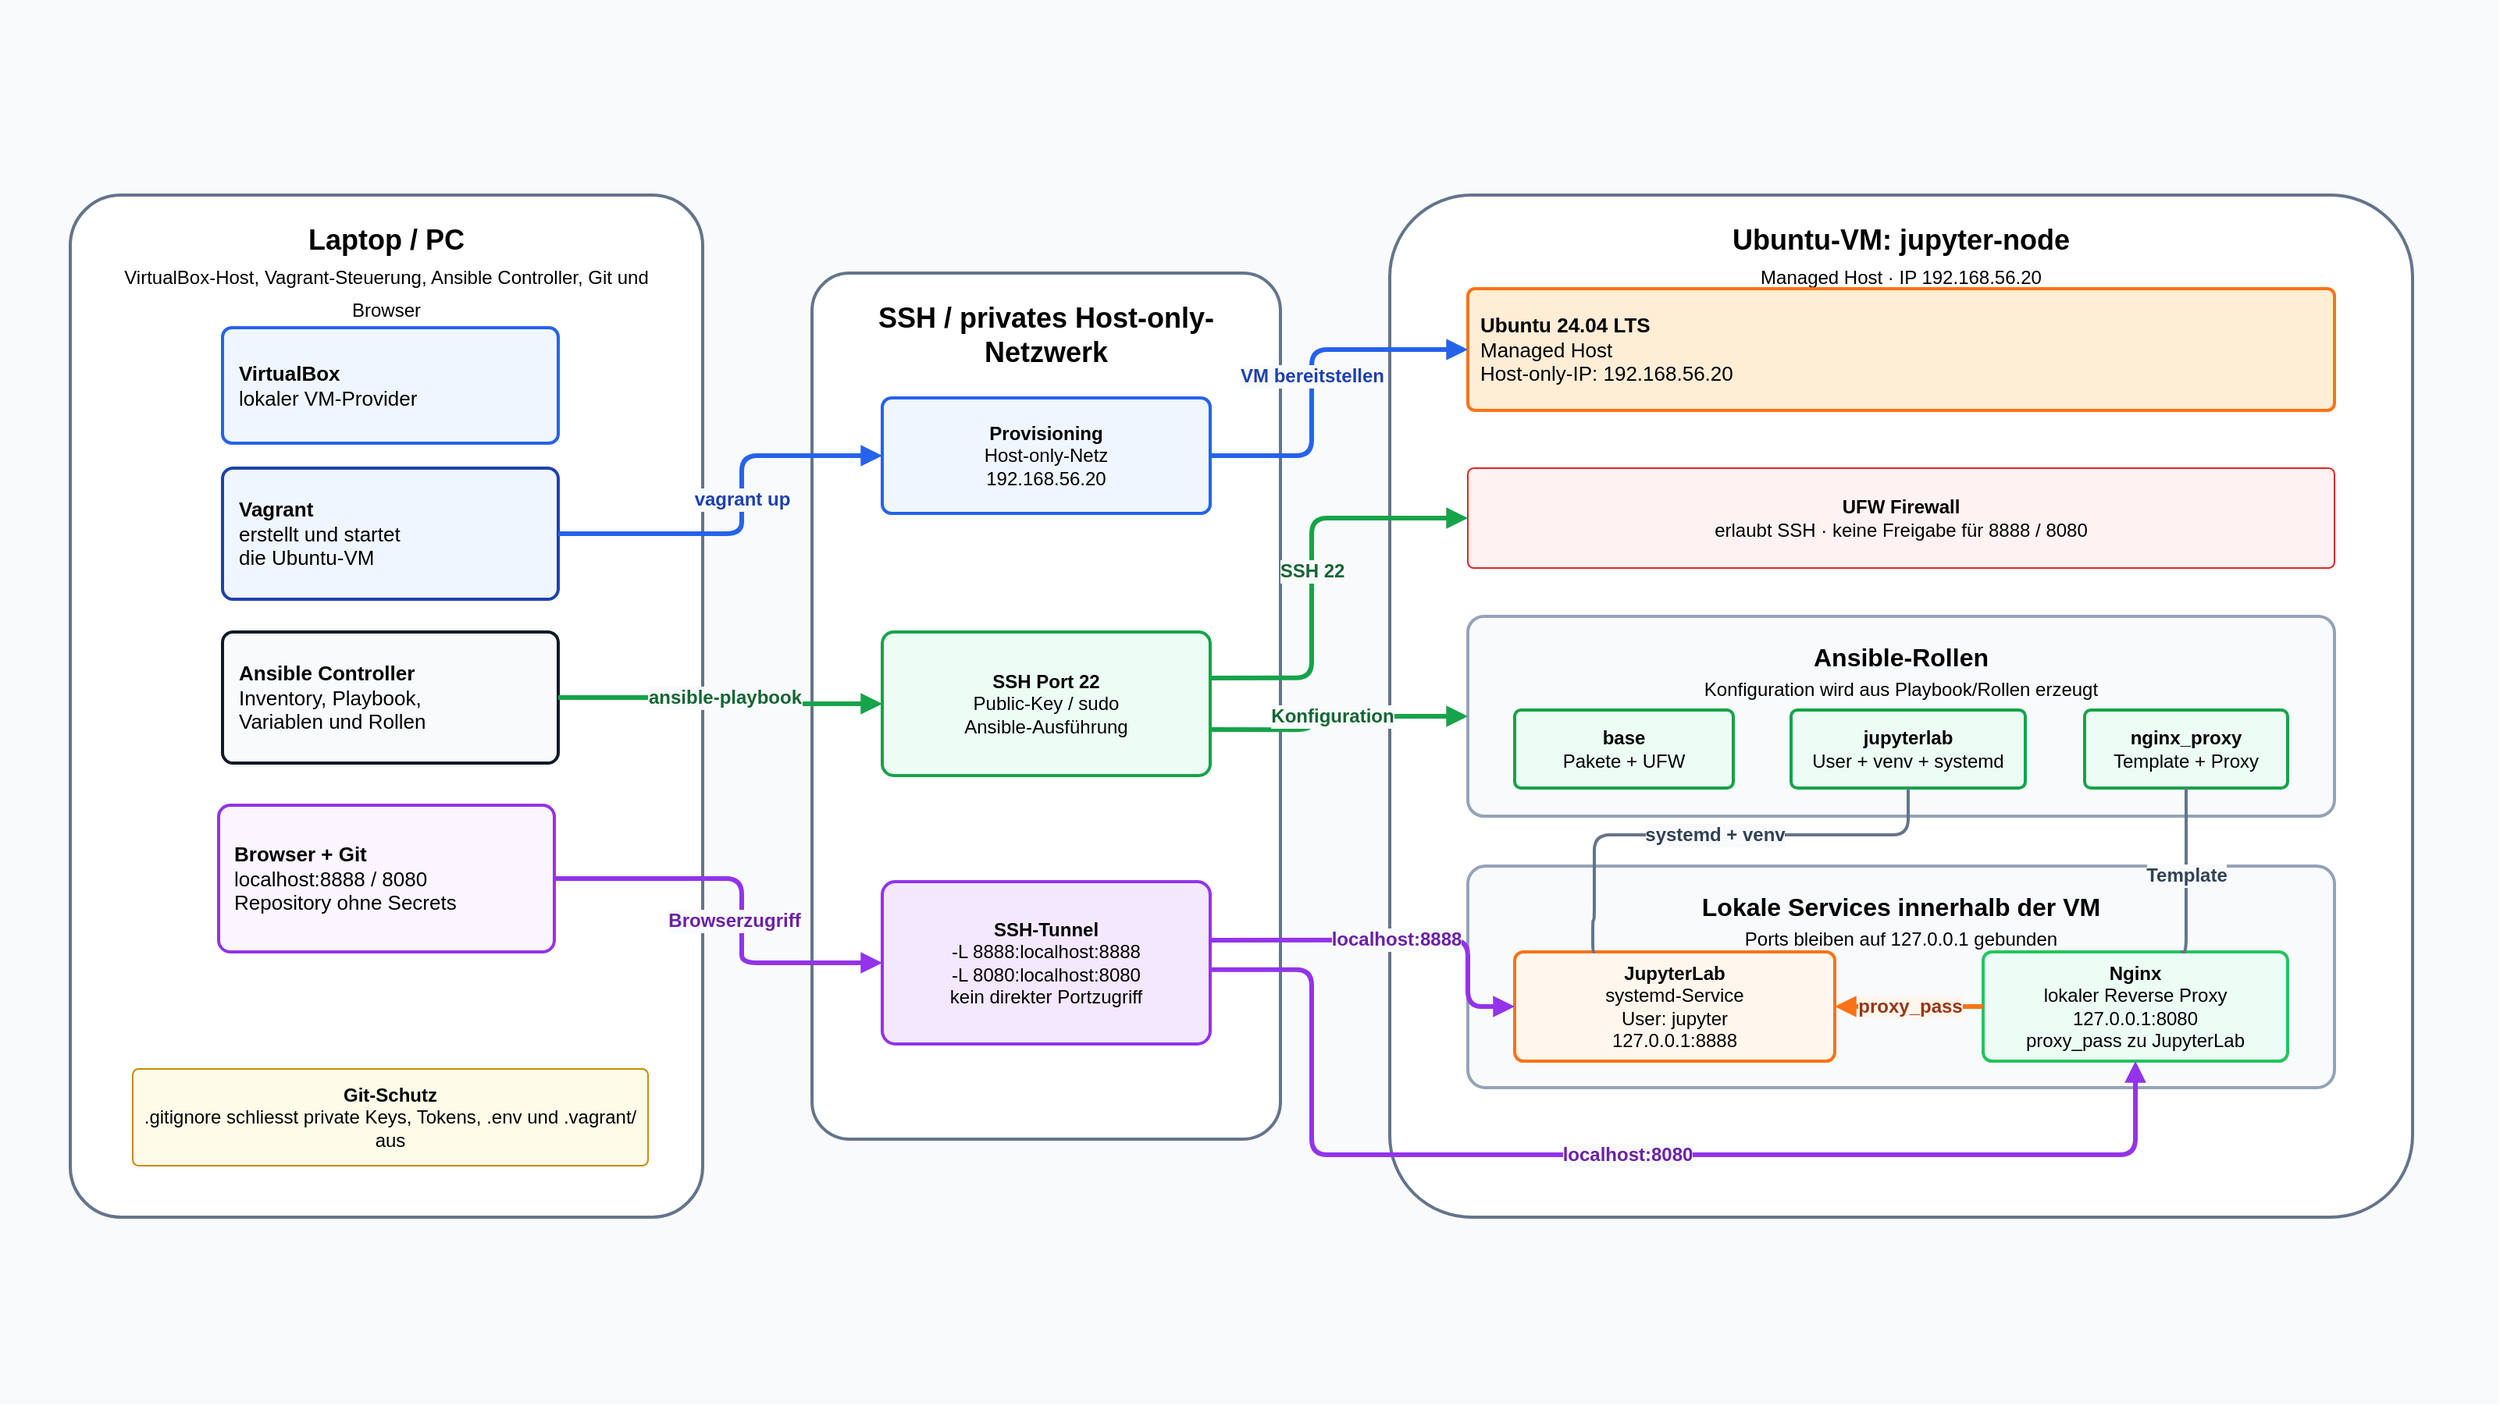
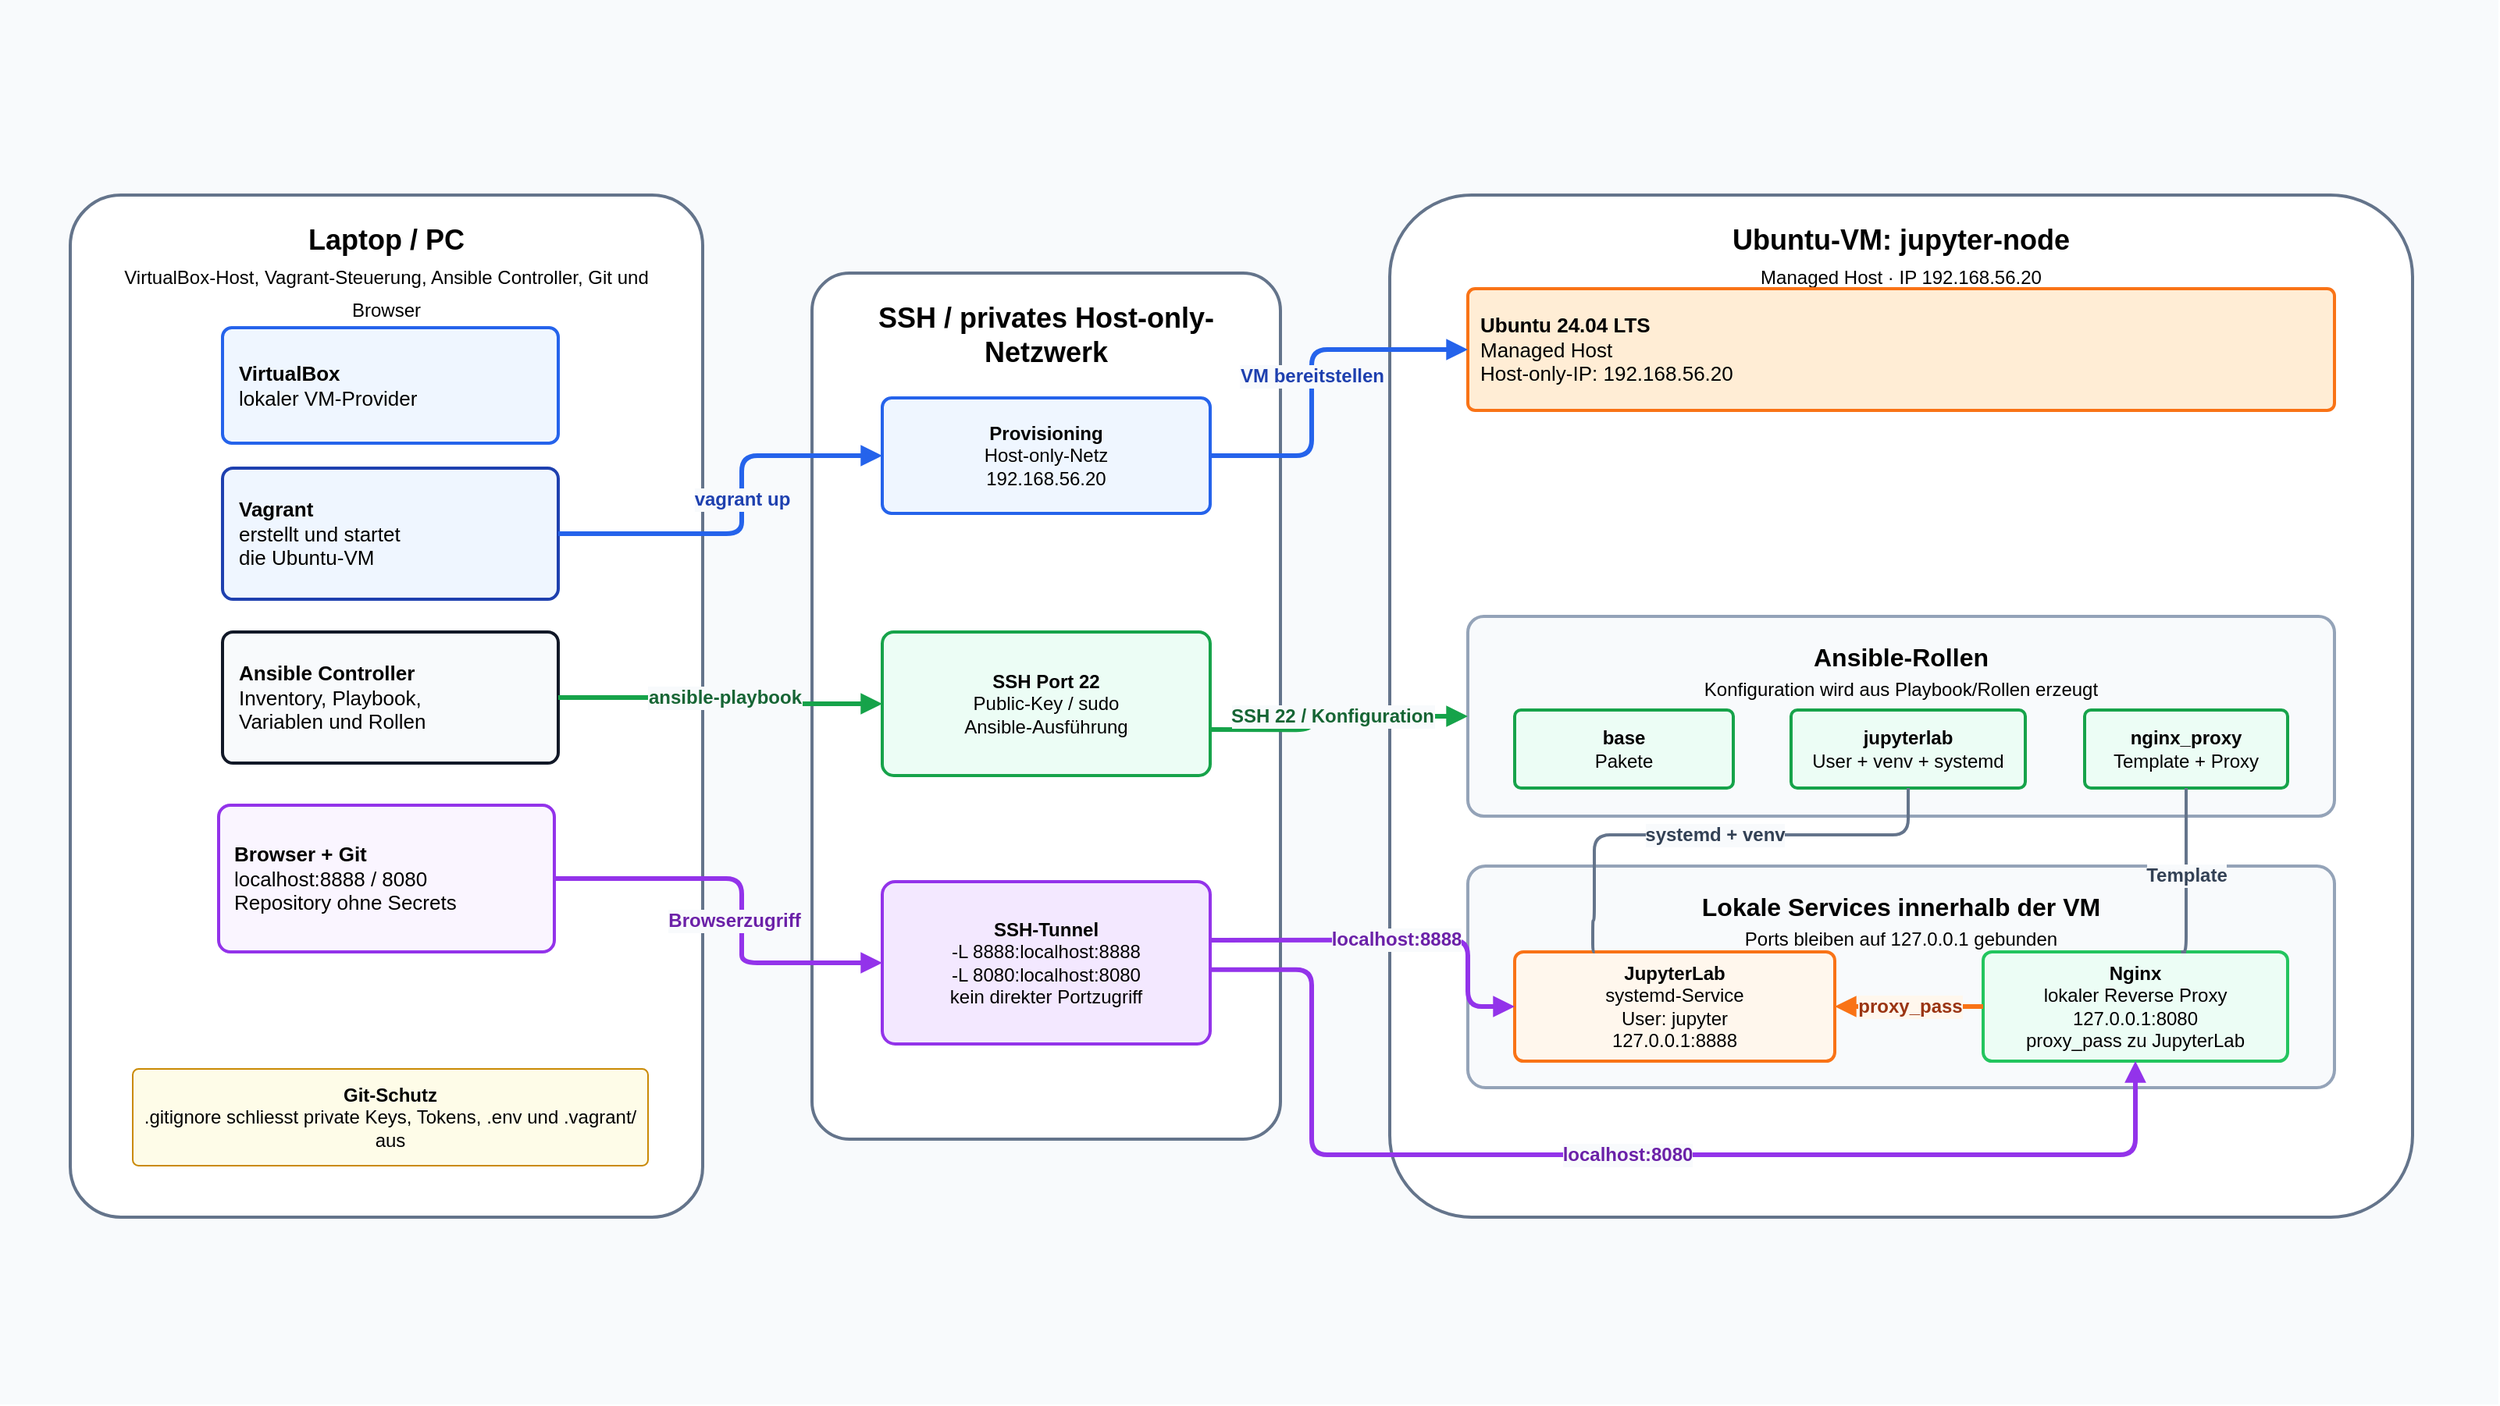
<mxfile host="app.diagrams.net" agent="ChatGPT">
  <diagram id="clean-jupyter-ansible" name="JupyterLab Ansible Architektur">
    <mxGraphModel dx="1654" dy="918" grid="1" gridSize="10" guides="1" tooltips="1" connect="1" arrows="1" fold="1" page="1" pageScale="1" pageWidth="1600" pageHeight="900" math="0" shadow="0">
      <root>
        <mxCell id="0" />
        <mxCell id="1" parent="0" />
        <mxCell id="bg" parent="1" style="rect;whiteSpace=wrap;html=1;fillColor=#f8fafc;strokeColor=none;" value="" vertex="1">
          <mxGeometry height="900" width="1600" as="geometry" />
        </mxCell>
        <mxCell id="zone_pc" parent="1" style="rounded=1;whiteSpace=wrap;html=1;arcSize=8;strokeWidth=2;spacing=14;fontSize=18;fontStyle=1;align=center;verticalAlign=top;fillColor=#ffffff;strokeColor=#64748b;shadow=0;" value="&lt;b&gt;Laptop / PC&lt;/b&gt;&lt;br&gt;&lt;span style=&quot;font-size:12px;font-weight:normal&quot;&gt;VirtualBox-Host, Vagrant-Steuerung, Ansible Controller, Git und Browser&lt;/span&gt;" vertex="1">
          <mxGeometry height="655" width="405" x="45" y="125" as="geometry" />
        </mxCell>
        <mxCell id="zone_net" parent="1" style="rounded=1;whiteSpace=wrap;html=1;arcSize=8;strokeWidth=2;spacing=14;fontSize=18;fontStyle=1;align=center;verticalAlign=top;fillColor=#ffffff;strokeColor=#64748b;shadow=0;" value="&lt;b&gt;SSH / privates Host-only-Netzwerk&lt;/b&gt;" vertex="1">
          <mxGeometry height="555" width="300" x="520" y="175" as="geometry" />
        </mxCell>
        <mxCell id="zone_vm" parent="1" style="rounded=1;whiteSpace=wrap;html=1;arcSize=8;strokeWidth=2;spacing=14;fontSize=18;fontStyle=1;align=center;verticalAlign=top;fillColor=#ffffff;strokeColor=#64748b;shadow=0;" value="&lt;b&gt;Ubuntu-VM: jupyter-node&lt;/b&gt;&lt;br&gt;&lt;span style=&quot;font-size:12px;font-weight:normal&quot;&gt;Managed Host · IP 192.168.56.20&lt;/span&gt;" vertex="1">
          <mxGeometry height="655" width="655" x="890" y="125" as="geometry" />
        </mxCell>
        <mxCell id="pc_virtualbox" parent="1" style="rounded=1;whiteSpace=wrap;html=1;arcSize=8;strokeWidth=2;spacing=10;fontSize=13;align=left;verticalAlign=middle;fillColor=#ffffff;strokeColor=#334155;fillColor=#eff6ff;strokeColor=#2563eb;" value="&lt;b&gt;VirtualBox&lt;/b&gt;&lt;br&gt;lokaler VM-Provider" vertex="1">
          <mxGeometry height="74" width="215" x="142.5" y="210" as="geometry" />
        </mxCell>
        <mxCell id="pc_vagrant" parent="1" style="rounded=1;whiteSpace=wrap;html=1;arcSize=8;strokeWidth=2;spacing=10;fontSize=13;align=left;verticalAlign=middle;fillColor=#ffffff;strokeColor=#334155;fillColor=#eff6ff;strokeColor=#1e40af;" value="&lt;b&gt;Vagrant&lt;/b&gt;&lt;br&gt;erstellt und startet&lt;br&gt;die Ubuntu-VM" vertex="1">
          <mxGeometry height="84" width="215" x="142.5" y="300" as="geometry" />
        </mxCell>
        <mxCell id="pc_ansible" parent="1" style="rounded=1;whiteSpace=wrap;html=1;arcSize=8;strokeWidth=2;spacing=10;fontSize=13;align=left;verticalAlign=middle;fillColor=#ffffff;strokeColor=#334155;fillColor=#f8fafc;strokeColor=#111827;" value="&lt;b&gt;Ansible Controller&lt;/b&gt;&lt;br&gt;Inventory, Playbook,&lt;br&gt;Variablen und Rollen" vertex="1">
          <mxGeometry height="84" width="215" x="142.5" y="405" as="geometry" />
        </mxCell>
        <mxCell id="pc_browser" parent="1" style="rounded=1;whiteSpace=wrap;html=1;arcSize=8;strokeWidth=2;spacing=10;fontSize=13;align=left;verticalAlign=middle;fillColor=#ffffff;strokeColor=#334155;fillColor=#faf5ff;strokeColor=#9333ea;" value="&lt;b&gt;Browser + Git&lt;/b&gt;&lt;br&gt;localhost:8888 / 8080&lt;br&gt;Repository ohne Secrets" vertex="1">
          <mxGeometry height="94" width="215" x="140" y="516" as="geometry" />
        </mxCell>
        <mxCell id="pc_no_secrets" parent="1" style="rounded=1;whiteSpace=wrap;html=1;arcSize=6;strokeWidth=1;spacing=8;fontSize=12;align=center;verticalAlign=middle;fillColor=#fefce8;strokeColor=#ca8a04;" value="&lt;b&gt;Git-Schutz&lt;/b&gt;&lt;br&gt;.gitignore schliesst private Keys, Tokens, .env und .vagrant/ aus" vertex="1">
          <mxGeometry height="62" width="330" x="85" y="685" as="geometry" />
        </mxCell>
        <mxCell id="net_provision" parent="1" style="rounded=1;whiteSpace=wrap;html=1;arcSize=8;strokeWidth=2;spacing=8;fontSize=12;align=center;verticalAlign=middle;fillColor=#ffffff;strokeColor=#334155;fillColor=#eff6ff;strokeColor=#2563eb;" value="&lt;b&gt;Provisioning&lt;/b&gt;&lt;br&gt;Host-only-Netz&lt;br&gt;192.168.56.20" vertex="1">
          <mxGeometry height="74" width="210" x="565" y="255" as="geometry" />
        </mxCell>
        <mxCell id="net_ssh" parent="1" style="rounded=1;whiteSpace=wrap;html=1;arcSize=8;strokeWidth=2;spacing=8;fontSize=12;align=center;verticalAlign=middle;fillColor=#ecfdf5;strokeColor=#16a34a;" value="&lt;b&gt;SSH Port 22&lt;/b&gt;&lt;br&gt;Public-Key / sudo&lt;br&gt;Ansible-Ausführung" vertex="1">
          <mxGeometry height="92" width="210" x="565" y="405" as="geometry" />
        </mxCell>
        <mxCell id="net_tunnel" parent="1" style="rounded=1;whiteSpace=wrap;html=1;arcSize=8;strokeWidth=2;spacing=8;fontSize=12;align=center;verticalAlign=middle;fillColor=#f3e8ff;strokeColor=#9333ea;" value="&lt;b&gt;SSH-Tunnel&lt;/b&gt;&lt;br&gt;-L 8888:localhost:8888&lt;br&gt;-L 8080:localhost:8080&lt;br&gt;kein direkter Portzugriff" vertex="1">
          <mxGeometry height="104" width="210" x="565" y="565" as="geometry" />
        </mxCell>
        <mxCell id="vm_os" parent="1" style="rounded=1;whiteSpace=wrap;html=1;arcSize=6;strokeWidth=2;spacing=8;fontSize=13;align=left;verticalAlign=middle;fillColor=#e0f2fe;strokeColor=#0284c7;fillColor=#ffedd5;strokeColor=#f97316;" value="&lt;b&gt;Ubuntu 24.04 LTS&lt;/b&gt;&lt;br&gt;Managed Host&lt;br&gt;Host-only-IP: 192.168.56.20" vertex="1">
          <mxGeometry height="78" width="555" x="940" y="185" as="geometry" />
        </mxCell>
-         <mxCell id="vm_ufw" parent="1" style="rounded=1;whiteSpace=wrap;html=1;arcSize=6;strokeWidth=1;spacing=8;fontSize=12;align=center;verticalAlign=middle;fillColor=#fef2f2;strokeColor=#dc2626;" value="&lt;b&gt;UFW Firewall&lt;/b&gt;&lt;br&gt;erlaubt SSH · keine Freigabe für 8888 / 8080" vertex="1">
-           <mxGeometry height="64" width="555" x="940" y="300" as="geometry" />
-         </mxCell>
        <mxCell id="vm_roles_title" parent="1" style="rounded=1;whiteSpace=wrap;html=1;arcSize=8;strokeWidth=2;spacing=12;fontSize=16;fontStyle=1;align=center;verticalAlign=top;fillColor=#f8fafc;strokeColor=#94a3b8;" value="&lt;b&gt;Ansible-Rollen&lt;/b&gt;&lt;br&gt;&lt;span style=&quot;font-size:12px;font-weight:normal&quot;&gt;Konfiguration wird aus Playbook/Rollen erzeugt&lt;/span&gt;" vertex="1">
          <mxGeometry height="128" width="555" x="940" y="395" as="geometry" />
        </mxCell>
-         <mxCell id="role_base" parent="1" style="rounded=1;whiteSpace=wrap;html=1;arcSize=8;strokeWidth=2;spacing=8;fontSize=12;align=center;verticalAlign=middle;fillColor=#ecfdf5;strokeColor=#16a34a;fontStyle=1;" value="base&lt;br&gt;&lt;span style=&quot;font-weight:normal&quot;&gt;Pakete + UFW&lt;/span&gt;" vertex="1">
+         <mxCell id="role_base" parent="1" style="rounded=1;whiteSpace=wrap;html=1;arcSize=8;strokeWidth=2;spacing=8;fontSize=12;align=center;verticalAlign=middle;fillColor=#ecfdf5;strokeColor=#16a34a;fontStyle=1;" value="base&lt;br&gt;&lt;span style=&quot;font-weight:normal&quot;&gt;Pakete&lt;/span&gt;" vertex="1">
          <mxGeometry height="50" width="140" x="970" y="455" as="geometry" />
        </mxCell>
        <mxCell id="role_jupyter" parent="1" style="rounded=1;whiteSpace=wrap;html=1;arcSize=8;strokeWidth=2;spacing=8;fontSize=12;align=center;verticalAlign=middle;fillColor=#ecfdf5;strokeColor=#16a34a;fontStyle=1;" value="jupyterlab&lt;br&gt;&lt;span style=&quot;font-weight:normal&quot;&gt;User + venv + systemd&lt;/span&gt;" vertex="1">
          <mxGeometry height="50" width="150" x="1147" y="455" as="geometry" />
        </mxCell>
        <mxCell id="role_nginx" parent="1" style="rounded=1;whiteSpace=wrap;html=1;arcSize=8;strokeWidth=2;spacing=8;fontSize=12;align=center;verticalAlign=middle;fillColor=#ecfdf5;strokeColor=#16a34a;fontStyle=1;" value="nginx_proxy&lt;br&gt;&lt;span style=&quot;font-weight:normal&quot;&gt;Template + Proxy&lt;/span&gt;" vertex="1">
          <mxGeometry height="50" width="130" x="1335" y="455" as="geometry" />
        </mxCell>
        <mxCell id="vm_services_title" parent="1" style="rounded=1;whiteSpace=wrap;html=1;arcSize=8;strokeWidth=2;spacing=12;fontSize=16;fontStyle=1;align=center;verticalAlign=top;fillColor=#f8fafc;strokeColor=#94a3b8;" value="&lt;b&gt;Lokale Services innerhalb der VM&lt;/b&gt;&lt;br&gt;&lt;span style=&quot;font-size:12px;font-weight:normal&quot;&gt;Ports bleiben auf 127.0.0.1 gebunden&lt;/span&gt;" vertex="1">
          <mxGeometry height="142" width="555" x="940" y="555" as="geometry" />
        </mxCell>
        <mxCell id="service_jupyter" parent="1" style="rounded=1;whiteSpace=wrap;html=1;arcSize=8;strokeWidth=2;spacing=8;fontSize=12;align=center;verticalAlign=middle;fillColor=#fff7ed;strokeColor=#f97316;" value="&lt;b&gt;JupyterLab&lt;/b&gt;&lt;br&gt;systemd-Service&lt;br&gt;User: jupyter&lt;br&gt;127.0.0.1:8888" vertex="1">
          <mxGeometry height="70" width="205" x="970" y="610" as="geometry" />
        </mxCell>
        <mxCell id="service_nginx" parent="1" style="rounded=1;whiteSpace=wrap;html=1;arcSize=8;strokeWidth=2;spacing=8;fontSize=12;align=center;verticalAlign=middle;fillColor=#ecfdf5;strokeColor=#22c55e;" value="&lt;b&gt;Nginx&lt;/b&gt;&lt;br&gt;lokaler Reverse Proxy&lt;br&gt;127.0.0.1:8080&lt;br&gt;proxy_pass zu JupyterLab" vertex="1">
          <mxGeometry height="70" width="195" x="1270" y="610" as="geometry" />
        </mxCell>
        <mxCell id="e_vagrant_to_net" edge="1" parent="1" source="pc_vagrant" style="edgeStyle=orthogonalEdgeStyle;rounded=1;orthogonalLoop=1;jettySize=auto;html=1;endArrow=block;endFill=1;strokeWidth=3;strokeColor=#2563eb;fontSize=12;fontStyle=1;fontColor=#1e40af;labelBackgroundColor=#f8fafc;exitX=1;exitY=0.5;entryX=0;entryY=0.5;" target="net_provision" value="vagrant up">
          <mxGeometry relative="1" x="0.084" as="geometry">
            <mxPoint as="offset" />
            <Array as="points">
              <mxPoint x="475" y="327" />
              <mxPoint x="475" y="292" />
              <mxPoint x="540" y="292" />
            </Array>
          </mxGeometry>
        </mxCell>
        <mxCell id="e_net_to_vm" edge="1" parent="1" source="net_provision" style="edgeStyle=orthogonalEdgeStyle;rounded=1;orthogonalLoop=1;jettySize=auto;html=1;endArrow=block;endFill=1;strokeWidth=3;strokeColor=#2563eb;fontSize=12;fontStyle=1;fontColor=#1e40af;labelBackgroundColor=#f8fafc;exitX=1;exitY=0.5;entryX=0;entryY=0.5;" target="vm_os" value="VM bereitstellen">
          <mxGeometry relative="1" as="geometry">
            <Array as="points">
              <mxPoint x="840" y="292" />
              <mxPoint x="840" y="224" />
            </Array>
          </mxGeometry>
        </mxCell>
        <mxCell id="e_ansible_to_ssh" edge="1" parent="1" source="pc_ansible" style="edgeStyle=orthogonalEdgeStyle;rounded=1;orthogonalLoop=1;jettySize=auto;html=1;endArrow=block;endFill=1;strokeWidth=3;strokeColor=#16a34a;fontSize=12;fontStyle=1;fontColor=#166534;labelBackgroundColor=#f8fafc;exitX=1;exitY=0.5;entryX=0;entryY=0.5;" target="net_ssh" value="ansible-playbook">
          <mxGeometry relative="1" as="geometry">
            <Array as="points">
              <mxPoint x="475" y="447" />
              <mxPoint x="475" y="451" />
              <mxPoint x="540" y="451" />
            </Array>
          </mxGeometry>
        </mxCell>
-         <mxCell id="e_ssh_to_ufw" edge="1" parent="1" source="net_ssh" style="edgeStyle=orthogonalEdgeStyle;rounded=1;orthogonalLoop=1;jettySize=auto;html=1;endArrow=block;endFill=1;strokeWidth=3;strokeColor=#16a34a;fontSize=12;fontStyle=1;fontColor=#166534;labelBackgroundColor=#f8fafc;exitX=1;exitY=0.32;entryX=0;entryY=0.5;" target="vm_ufw" value="SSH 22">
-           <mxGeometry relative="1" as="geometry">
-             <Array as="points">
-               <mxPoint x="840" y="434" />
-               <mxPoint x="840" y="332" />
-             </Array>
-           </mxGeometry>
-         </mxCell>
-         <mxCell id="e_ssh_to_roles" edge="1" parent="1" source="net_ssh" style="edgeStyle=orthogonalEdgeStyle;rounded=1;orthogonalLoop=1;jettySize=auto;html=1;endArrow=block;endFill=1;strokeWidth=3;strokeColor=#16a34a;fontSize=12;fontStyle=1;fontColor=#166534;labelBackgroundColor=#f8fafc;exitX=1;exitY=0.68;entryX=0;entryY=0.5;" target="vm_roles_title" value="Konfiguration">
+         <mxCell id="e_ssh_to_roles" edge="1" parent="1" source="net_ssh" style="edgeStyle=orthogonalEdgeStyle;rounded=1;orthogonalLoop=1;jettySize=auto;html=1;endArrow=block;endFill=1;strokeWidth=3;strokeColor=#16a34a;fontSize=12;fontStyle=1;fontColor=#166534;labelBackgroundColor=#f8fafc;exitX=1;exitY=0.68;entryX=0;entryY=0.5;" target="vm_roles_title" value="SSH 22 / Konfiguration">
          <mxGeometry relative="1" as="geometry">
            <Array as="points">
              <mxPoint x="840" y="468" />
              <mxPoint x="840" y="459" />
            </Array>
          </mxGeometry>
        </mxCell>
        <mxCell id="e_browser_to_tunnel" edge="1" parent="1" source="pc_browser" style="edgeStyle=orthogonalEdgeStyle;rounded=1;orthogonalLoop=1;jettySize=auto;html=1;endArrow=block;endFill=1;strokeWidth=3;strokeColor=#9333ea;fontSize=12;fontStyle=1;fontColor=#6b21a8;labelBackgroundColor=#f8fafc;exitX=1;exitY=0.5;entryX=0;entryY=0.5;" target="net_tunnel" value="Browserzugriff">
          <mxGeometry relative="1" x="0.1136" y="-5" as="geometry">
            <mxPoint as="offset" />
            <Array as="points">
              <mxPoint x="475" y="597" />
              <mxPoint x="475" y="617" />
              <mxPoint x="540" y="617" />
            </Array>
          </mxGeometry>
        </mxCell>
        <mxCell id="e_tunnel_to_nginx" edge="1" parent="1" style="edgeStyle=orthogonalEdgeStyle;rounded=1;orthogonalLoop=1;jettySize=auto;html=1;endArrow=block;endFill=1;strokeWidth=3;strokeColor=#9333ea;fontSize=12;fontStyle=1;fontColor=#6b21a8;labelBackgroundColor=#f8fafc;exitX=1;exitY=0.68;entryX=0.5;entryY=1;entryDx=0;entryDy=0;" target="service_nginx" value="localhost:8080">
          <mxGeometry relative="1" as="geometry">
            <Array as="points">
              <mxPoint x="840" y="621" />
              <mxPoint x="840" y="740" />
              <mxPoint x="1368" y="740" />
            </Array>
            <mxPoint x="774.9999999999995" y="621.37" as="sourcePoint" />
            <mxPoint x="1270" y="630.65" as="targetPoint" />
          </mxGeometry>
        </mxCell>
        <mxCell id="e_tunnel_to_jupyter" edge="1" parent="1" source="net_tunnel" style="edgeStyle=orthogonalEdgeStyle;rounded=1;orthogonalLoop=1;jettySize=auto;html=1;endArrow=block;endFill=1;strokeWidth=3;strokeColor=#9333ea;fontSize=12;fontStyle=1;fontColor=#6b21a8;labelBackgroundColor=#f8fafc;exitX=1;exitY=0.36;entryX=0;entryY=0.5;" target="service_jupyter" value="localhost:8888">
          <mxGeometry relative="1" as="geometry">
            <Array as="points">
              <mxPoint x="940" y="602" />
              <mxPoint x="940" y="645" />
            </Array>
          </mxGeometry>
        </mxCell>
        <mxCell id="e_nginx_to_jupyter" edge="1" parent="1" source="service_nginx" style="edgeStyle=orthogonalEdgeStyle;rounded=1;orthogonalLoop=1;jettySize=auto;html=1;endArrow=block;endFill=1;strokeWidth=3;strokeColor=#f97316;fontSize=12;fontStyle=1;fontColor=#9a3412;labelBackgroundColor=#fff7ed;exitX=0;exitY=0.5;entryX=1;entryY=0.5;" target="service_jupyter" value="proxy_pass">
          <mxGeometry relative="1" as="geometry">
            <Array as="points">
              <mxPoint x="1225" y="645" />
            </Array>
          </mxGeometry>
        </mxCell>
        <mxCell id="e_role_jupyter_service" edge="1" parent="1" source="role_jupyter" style="edgeStyle=orthogonalEdgeStyle;rounded=1;orthogonalLoop=1;jettySize=auto;html=1;endArrow=none;strokeWidth=2;strokeColor=#64748b;fontSize=12;fontStyle=1;fontColor=#334155;labelBackgroundColor=#f8fafc;exitX=0.5;exitY=1;entryX=0.25;entryY=0;entryDx=0;entryDy=0;" target="service_jupyter" value="systemd + venv">
          <mxGeometry relative="1" as="geometry">
            <Array as="points">
              <mxPoint x="1222" y="535" />
              <mxPoint x="1021" y="535" />
              <mxPoint x="1021" y="590" />
              <mxPoint x="1020" y="610" />
            </Array>
          </mxGeometry>
        </mxCell>
        <mxCell id="e_role_nginx_service" edge="1" parent="1" source="role_nginx" style="edgeStyle=orthogonalEdgeStyle;rounded=1;orthogonalLoop=1;jettySize=auto;html=1;endArrow=none;strokeWidth=2;strokeColor=#64748b;fontSize=12;fontStyle=1;fontColor=#334155;labelBackgroundColor=#f8fafc;exitX=0.5;exitY=1;" value="Template">
          <mxGeometry relative="1" as="geometry">
            <Array as="points">
              <mxPoint x="1400" y="610" />
              <mxPoint x="1397" y="610" />
            </Array>
            <mxPoint x="1400" y="610" as="targetPoint" />
          </mxGeometry>
        </mxCell>
      </root>
    </mxGraphModel>
  </diagram>
</mxfile>
